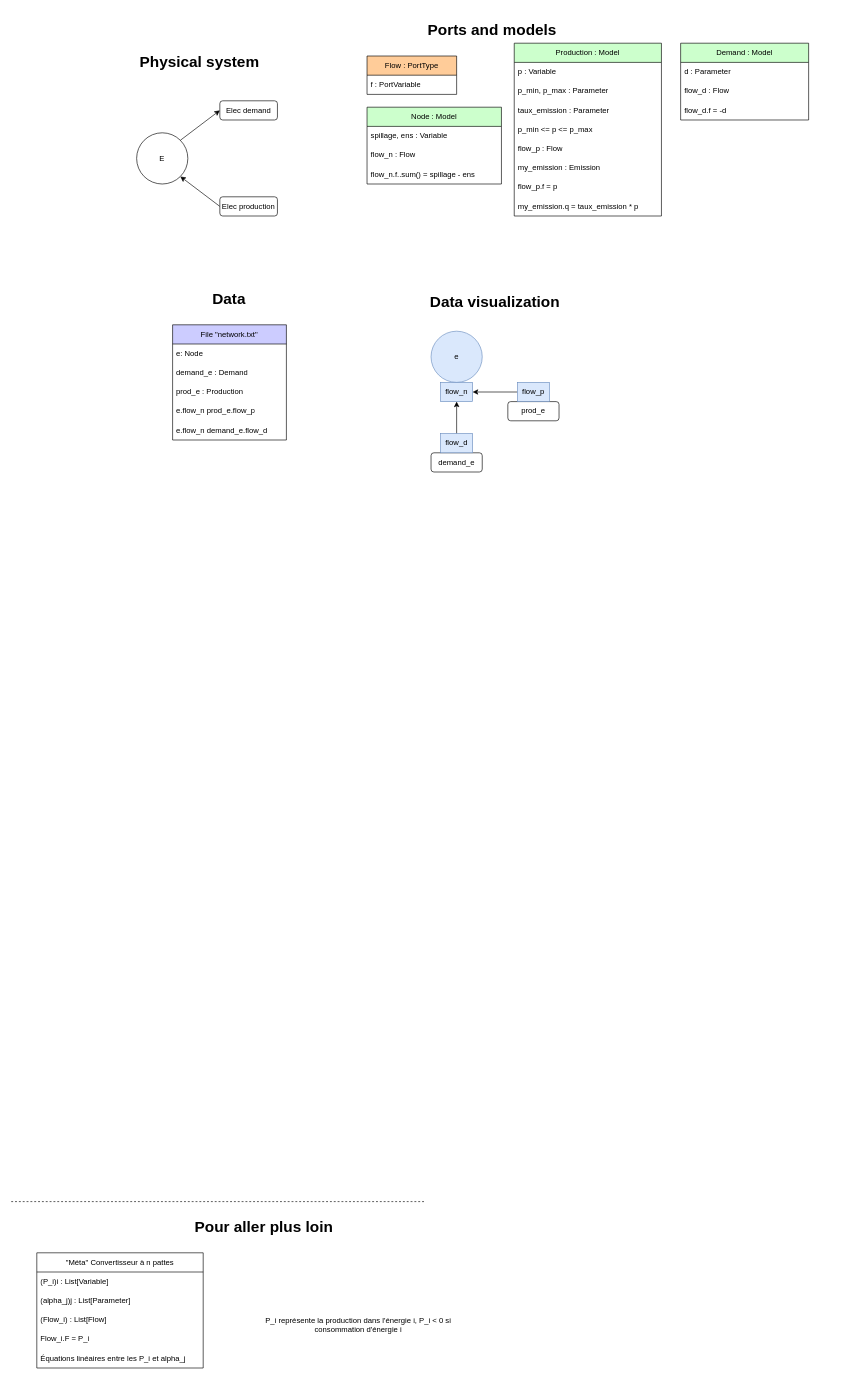
Above: models-design/systems/balance.drawio in AntaresSimulatorTeam/andromede-modeling-prototype (draw.io), before the change. Source tidied: cells renumbered, new cells numbered last; positions are measured from the earlier drawing's top-left corner, leaving out a move shared by most shapes. Both pictures are drawn from the tidied source at 64%, with x=0, y=0 at pixel (11, 17).
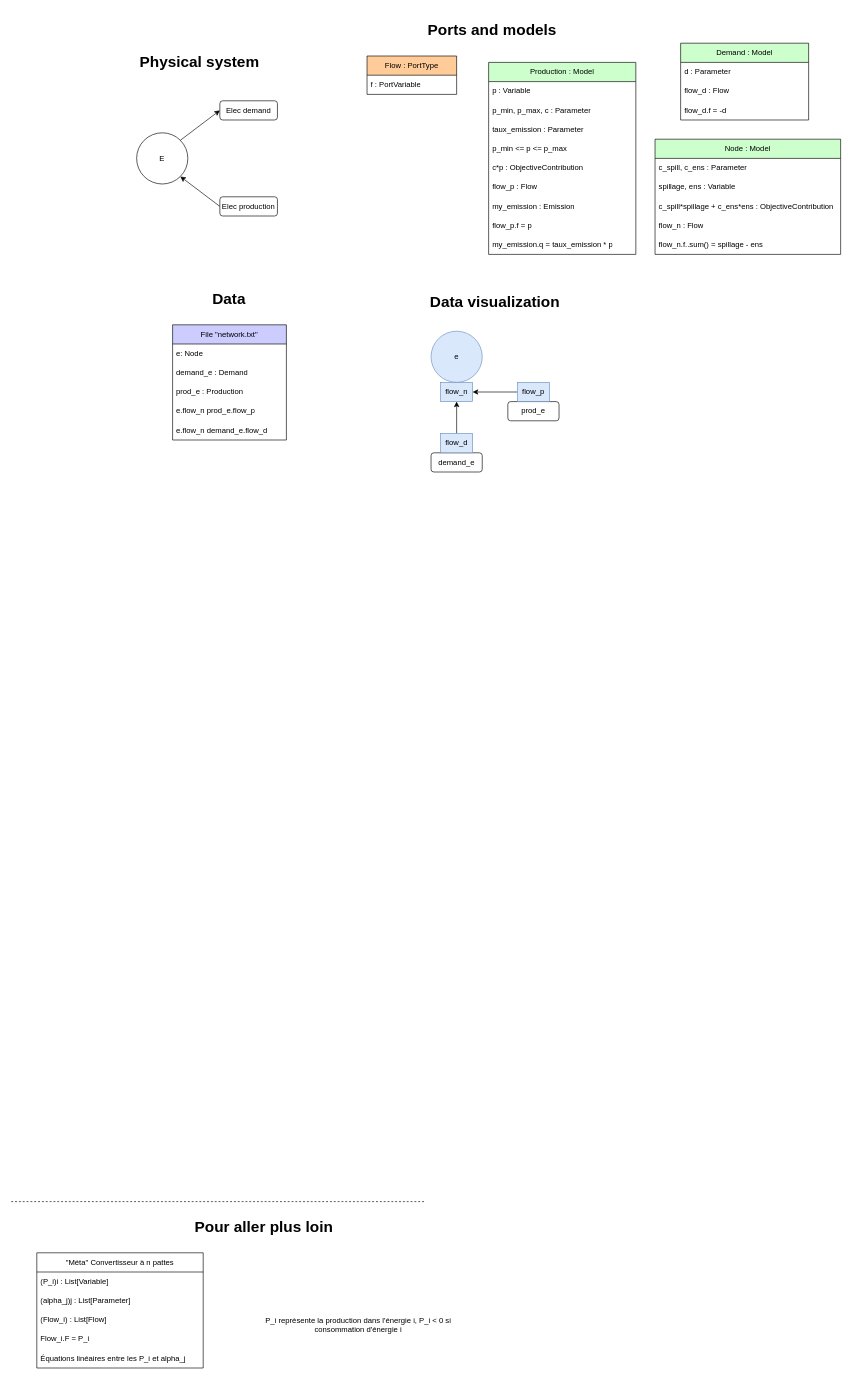
The same page after the edit.

The edit, as a diff of the source:
```diff
@@
     <mxCell id="11" style="group;" parent="1" vertex="1">
-      <mxGeometry x="527" width="719" height="380" as="geometry" />
+      <mxGeometry x="527" width="719" height="480" as="geometry" />
     </mxCell>
@@
+    <mxCell id="28" value="Demand : Model" style="swimlane;fontStyle=0;horizontal=1;startSize=30;whiteSpace=wrap;html=1;fillColor=#CCFFCC;fontColor=#000000;" parent="11" vertex="1">
+      <mxGeometry x="519" y="40" width="200" height="120" as="geometry" />
+    </mxCell>
+    <mxCell id="29" value="d : Parameter" style="text;strokeColor=none;fillColor=none;align=left;verticalAlign=middle;spacingLeft=4;spacingRight=4;overflow=hidden;whiteSpace=wrap;html=1;" parent="28" vertex="1">
+      <mxGeometry y="30" width="200" height="30" as="geometry" />
+    </mxCell>
+    <mxCell id="30" value="flow_d : Flow" style="text;strokeColor=none;fillColor=none;align=left;verticalAlign=middle;spacingLeft=4;spacingRight=4;overflow=hidden;whiteSpace=wrap;html=1;" parent="28" vertex="1">
+      <mxGeometry y="60" width="200" height="30" as="geometry" />
+    </mxCell>
+    <mxCell id="31" value="flow_d.f = -d" style="text;strokeColor=none;fillColor=none;align=left;verticalAlign=middle;spacingLeft=4;spacingRight=4;overflow=hidden;whiteSpace=wrap;html=1;" parent="28" vertex="1">
+      <mxGeometry y="90" width="200" height="30" as="geometry" />
+    </mxCell>
     <mxCell id="15" value="Node : Model" style="swimlane;fontStyle=0;horizontal=1;startSize=30;whiteSpace=wrap;html=1;fillColor=#CCFFCC;fontColor=#000000;" parent="11" vertex="1">
-      <mxGeometry x="29" y="140" width="210" height="120" as="geometry" />
+      <mxGeometry x="479" y="190" width="290" height="180" as="geometry" />
     </mxCell>
+    <mxCell id="59" value="c_spill, c_ens : Parameter" style="text;strokeColor=none;fillColor=none;align=left;verticalAlign=middle;spacingLeft=4;spacingRight=4;overflow=hidden;whiteSpace=wrap;html=1;" parent="15" vertex="1">
+      <mxGeometry y="30" width="290" height="30" as="geometry" />
+    </mxCell>
     <mxCell id="16" value="spillage, ens : Variable" style="text;strokeColor=none;fillColor=none;align=left;verticalAlign=middle;spacingLeft=4;spacingRight=4;overflow=hidden;whiteSpace=wrap;html=1;" parent="15" vertex="1">
-      <mxGeometry y="30" width="210" height="30" as="geometry" />
+      <mxGeometry y="60" width="290" height="30" as="geometry" />
     </mxCell>
+    <mxCell id="60" value="c_spill*spillage + c_ens*ens : ObjectiveContribution" style="text;strokeColor=none;fillColor=none;align=left;verticalAlign=middle;spacingLeft=4;spacingRight=4;overflow=hidden;whiteSpace=wrap;html=1;" parent="15" vertex="1">
+      <mxGeometry y="90" width="290" height="30" as="geometry" />
+    </mxCell>
     <mxCell id="17" value="flow_n : Flow" style="text;strokeColor=none;fillColor=none;align=left;verticalAlign=middle;spacingLeft=4;spacingRight=4;overflow=hidden;whiteSpace=wrap;html=1;" parent="15" vertex="1">
-      <mxGeometry y="60" width="210" height="30" as="geometry" />
+      <mxGeometry y="120" width="290" height="30" as="geometry" />
     </mxCell>
     <mxCell id="18" value="flow_n.f..sum() = spillage - ens" style="text;strokeColor=none;fillColor=none;align=left;verticalAlign=middle;spacingLeft=4;spacingRight=4;overflow=hidden;whiteSpace=wrap;html=1;" parent="15" vertex="1">
-      <mxGeometry y="90" width="210" height="30" as="geometry" />
+      <mxGeometry y="150" width="290" height="30" as="geometry" />
     </mxCell>
     <mxCell id="19" value="Production : Model" style="swimlane;fontStyle=0;horizontal=1;startSize=30;whiteSpace=wrap;html=1;fillColor=#CCFFCC;fontColor=#000000;" parent="11" vertex="1">
-      <mxGeometry x="259" y="40" width="230" height="270" as="geometry" />
+      <mxGeometry x="219" y="70" width="230" height="300" as="geometry" />
     </mxCell>
@@
-    <mxCell id="21" value="p_min, p_max : Parameter" style="text;strokeColor=none;fillColor=none;align=left;verticalAlign=middle;spacingLeft=4;spacingRight=4;overflow=hidden;whiteSpace=wrap;html=1;" parent="19" vertex="1">
-      <mxGeometry y="60" width="230" height="30" as="geometry" />
-    </mxCell>
+    <mxCell id="61" value="p_min, p_max, c : Parameter" style="text;strokeColor=none;fillColor=none;align=left;verticalAlign=middle;spacingLeft=4;spacingRight=4;overflow=hidden;whiteSpace=wrap;html=1;" parent="19" vertex="1">
+      <mxGeometry y="60" width="230" height="30" as="geometry" />
+    </mxCell>
@@
+    <mxCell id="62" value="c*p : ObjectiveContribution" style="text;strokeColor=none;fillColor=none;align=left;verticalAlign=middle;spacingLeft=4;spacingRight=4;overflow=hidden;whiteSpace=wrap;html=1;" parent="19" vertex="1">
+      <mxGeometry y="150" width="230" height="30" as="geometry" />
+    </mxCell>
     <mxCell id="24" value="flow_p : Flow" style="text;strokeColor=none;fillColor=none;align=left;verticalAlign=middle;spacingLeft=4;spacingRight=4;overflow=hidden;whiteSpace=wrap;html=1;" parent="19" vertex="1">
-      <mxGeometry y="150" width="230" height="30" as="geometry" />
+      <mxGeometry y="180" width="230" height="30" as="geometry" />
     </mxCell>
     <mxCell id="25" value="my_emission : Emission" style="text;strokeColor=none;fillColor=none;align=left;verticalAlign=middle;spacingLeft=4;spacingRight=4;overflow=hidden;whiteSpace=wrap;html=1;" parent="19" vertex="1">
-      <mxGeometry y="180" width="230" height="30" as="geometry" />
+      <mxGeometry y="210" width="230" height="30" as="geometry" />
     </mxCell>
     <mxCell id="26" value="flow_p.f = p" style="text;strokeColor=none;fillColor=none;align=left;verticalAlign=middle;spacingLeft=4;spacingRight=4;overflow=hidden;whiteSpace=wrap;html=1;" parent="19" vertex="1">
-      <mxGeometry y="210" width="230" height="30" as="geometry" />
+      <mxGeometry y="240" width="230" height="30" as="geometry" />
     </mxCell>
     <mxCell id="27" value="my_emission.q = taux_emission * p" style="text;strokeColor=none;fillColor=none;align=left;verticalAlign=middle;spacingLeft=4;spacingRight=4;overflow=hidden;whiteSpace=wrap;html=1;" parent="19" vertex="1">
-      <mxGeometry y="240" width="230" height="30" as="geometry" />
+      <mxGeometry y="270" width="230" height="30" as="geometry" />
     </mxCell>
-    <mxCell id="28" value="Demand : Model" style="swimlane;fontStyle=0;horizontal=1;startSize=30;whiteSpace=wrap;html=1;fillColor=#CCFFCC;fontColor=#000000;" parent="11" vertex="1">
-      <mxGeometry x="519" y="40" width="200" height="120" as="geometry" />
-    </mxCell>
-    <mxCell id="29" value="d : Parameter" style="text;strokeColor=none;fillColor=none;align=left;verticalAlign=middle;spacingLeft=4;spacingRight=4;overflow=hidden;whiteSpace=wrap;html=1;" parent="28" vertex="1">
-      <mxGeometry y="30" width="200" height="30" as="geometry" />
-    </mxCell>
-    <mxCell id="30" value="flow_d : Flow" style="text;strokeColor=none;fillColor=none;align=left;verticalAlign=middle;spacingLeft=4;spacingRight=4;overflow=hidden;whiteSpace=wrap;html=1;" parent="28" vertex="1">
-      <mxGeometry y="60" width="200" height="30" as="geometry" />
-    </mxCell>
-    <mxCell id="31" value="flow_d.f = -d" style="text;strokeColor=none;fillColor=none;align=left;verticalAlign=middle;spacingLeft=4;spacingRight=4;overflow=hidden;whiteSpace=wrap;html=1;" parent="28" vertex="1">
-      <mxGeometry y="90" width="200" height="30" as="geometry" />
-    </mxCell>
```
